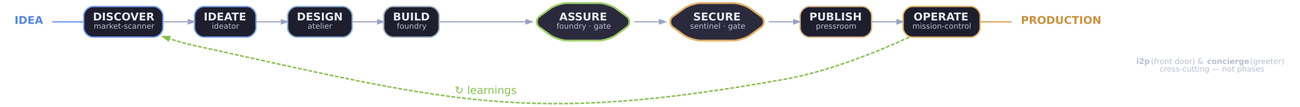
agentic-underground/idea-to-production keeps this Graphviz diagram as doc/images/diagrams/01-value-flow.png. Above is the earlier version. Its source is kept beside it as doc/images/diagrams/01-value-flow.dot. The source it was exported from:
```dot
digraph ValueFlow {
  bgcolor="transparent"
  rankdir=LR
  nodesep=0.30
  ranksep=0.55
  splines=true

  node [shape=box, style="filled,rounded", fillcolor="#1e1e2e",
        color="#9aa2c0", fontcolor="#e6e9f0", fontname="DejaVu Sans",
        penwidth=1.8, margin="0.16,0.11"]
  edge [color="#9aa2c0", fontcolor="#b8bed0", fontname="DejaVu Sans",
        penwidth=1.4, arrowsize=0.8]

  idea [label=<<b>IDEA</b>>, shape=plaintext, style="", fontcolor="#5a86e0",
        fontname="DejaVu Sans", penwidth=0]
  prod [label=<<b>PRODUCTION</b>>, shape=plaintext, style="", fontcolor="#c8923f",
        fontname="DejaVu Sans", penwidth=0]

  discover [label=<<b>DISCOVER</b><br/><font color="#b8bed0" point-size="10">market-scanner</font>>, color="#7aa2f7"]
  ideate   [label=<<b>IDEATE</b><br/><font color="#b8bed0" point-size="10">ideator</font>>,        color="#82a8f0"]
  design   [label=<<b>DESIGN</b><br/><font color="#b8bed0" point-size="10">atelier</font>>,         color="#8fb0d8"]
  build    [label=<<b>BUILD</b><br/><font color="#b8bed0" point-size="10">foundry</font>>,          color="#a6b3c0"]

  assure [label=<<b>ASSURE</b><br/><font color="#b8bed0" point-size="10">foundry &middot; gate</font>>,
          shape=hexagon, fillcolor="#2a2a3c", color="#9ece6a", penwidth=2.4, margin="0.08,0.04"]
  secure [label=<<b>SECURE</b><br/><font color="#b8bed0" point-size="10">sentinel &middot; gate</font>>,
          shape=hexagon, fillcolor="#2a2a3c", color="#e0af68", penwidth=2.4, margin="0.08,0.04"]

  publish  [label=<<b>PUBLISH</b><br/><font color="#b8bed0" point-size="10">pressroom</font>>,       color="#d8b58a"]
  operate  [label=<<b>OPERATE</b><br/><font color="#b8bed0" point-size="10">mission-control</font>>, color="#e0af68"]

  idea -> discover [color="#7aa2f7", arrowhead=none, penwidth=2.0, weight=100]
  discover -> ideate [weight=100]
  ideate   -> design  [weight=100]
  design   -> build   [weight=100]
  build    -> assure  [weight=100]
  assure   -> secure  [weight=100]
  secure   -> publish [weight=100]
  publish  -> operate [weight=100]
  operate  -> prod [color="#e0af68", arrowhead=none, penwidth=2.0, weight=100]

  operate -> discover [constraint=false, style=dashed, color="#8cc153",
                       fontcolor="#8cc153", penwidth=2.0,
                       label="&#8635; learnings", labelfloat=false]

  meta [shape=plaintext, style="", penwidth=0,
        fontcolor="#b8bed0", margin="0.16,0.11",
        label=<<font point-size="10"><b>i2p</b> (front door) &amp; <b>concierge</b> (greeter)<br/>cross-cutting &mdash; not phases</font>>]
  { rank=sink; meta }
  build -> meta [style=invis]
}
```
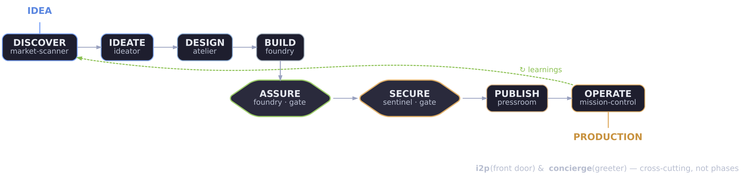
Above is the later version.

What changed in the source:
```diff
@@ -1,51 +1,56 @@
 digraph ValueFlow {
   bgcolor="transparent"
-  rankdir=LR
-  nodesep=0.30
-  ranksep=0.55
+  rankdir=TB
+  nodesep=0.36
+  ranksep=0.34
   splines=true
 
   node [shape=box, style="filled,rounded", fillcolor="#1e1e2e",
         color="#9aa2c0", fontcolor="#e6e9f0", fontname="DejaVu Sans",
-        penwidth=1.8, margin="0.16,0.11"]
+        fontsize=20, penwidth=1.9, margin="0.24,0.15"]
   edge [color="#9aa2c0", fontcolor="#b8bed0", fontname="DejaVu Sans",
-        penwidth=1.4, arrowsize=0.8]
+        fontsize=16, penwidth=1.7, arrowsize=0.9]
 
   idea [label=<<b>IDEA</b>>, shape=plaintext, style="", fontcolor="#5a86e0",
-        fontname="DejaVu Sans", penwidth=0]
+        fontname="DejaVu Sans", fontsize=20, penwidth=0]
   prod [label=<<b>PRODUCTION</b>>, shape=plaintext, style="", fontcolor="#c8923f",
-        fontname="DejaVu Sans", penwidth=0]
+        fontname="DejaVu Sans", fontsize=20, penwidth=0]
 
-  discover [label=<<b>DISCOVER</b><br/><font color="#b8bed0" point-size="10">market-scanner</font>>, color="#7aa2f7"]
-  ideate   [label=<<b>IDEATE</b><br/><font color="#b8bed0" point-size="10">ideator</font>>,        color="#82a8f0"]
-  design   [label=<<b>DESIGN</b><br/><font color="#b8bed0" point-size="10">atelier</font>>,         color="#8fb0d8"]
-  build    [label=<<b>BUILD</b><br/><font color="#b8bed0" point-size="10">foundry</font>>,          color="#a6b3c0"]
+  discover [label=<<b>DISCOVER</b><br/><font color="#b8bed0" point-size="16">market-scanner</font>>, color="#7aa2f7"]
+  ideate   [label=<<b>IDEATE</b><br/><font color="#b8bed0" point-size="16">ideator</font>>,        color="#82a8f0"]
+  design   [label=<<b>DESIGN</b><br/><font color="#b8bed0" point-size="16">atelier</font>>,         color="#8fb0d8"]
+  build    [label=<<b>BUILD</b><br/><font color="#b8bed0" point-size="16">foundry</font>>,          color="#a6b3c0"]
 
-  assure [label=<<b>ASSURE</b><br/><font color="#b8bed0" point-size="10">foundry &middot; gate</font>>,
-          shape=hexagon, fillcolor="#2a2a3c", color="#9ece6a", penwidth=2.4, margin="0.08,0.04"]
-  secure [label=<<b>SECURE</b><br/><font color="#b8bed0" point-size="10">sentinel &middot; gate</font>>,
-          shape=hexagon, fillcolor="#2a2a3c", color="#e0af68", penwidth=2.4, margin="0.08,0.04"]
+  assure [label=<<b>ASSURE</b><br/><font color="#b8bed0" point-size="16">foundry &middot; gate</font>>,
+          shape=hexagon, fillcolor="#2a2a3c", color="#9ece6a", penwidth=2.5, margin="0.16,0.08"]
+  secure [label=<<b>SECURE</b><br/><font color="#b8bed0" point-size="16">sentinel &middot; gate</font>>,
+          shape=hexagon, fillcolor="#2a2a3c", color="#e0af68", penwidth=2.5, margin="0.16,0.08"]
 
-  publish  [label=<<b>PUBLISH</b><br/><font color="#b8bed0" point-size="10">pressroom</font>>,       color="#d8b58a"]
-  operate  [label=<<b>OPERATE</b><br/><font color="#b8bed0" point-size="10">mission-control</font>>, color="#e0af68"]
+  publish  [label=<<b>PUBLISH</b><br/><font color="#b8bed0" point-size="16">pressroom</font>>,       color="#d8b58a"]
+  operate  [label=<<b>OPERATE</b><br/><font color="#b8bed0" point-size="16">mission-control</font>>, color="#e0af68"]
 
-  idea -> discover [color="#7aa2f7", arrowhead=none, penwidth=2.0, weight=100]
+  { rank=same; discover; ideate; design; build }
+  { rank=same; assure; secure; publish; operate }
+
+  idea -> discover [color="#7aa2f7", arrowhead=none, penwidth=2.3]
+  operate -> prod [color="#e0af68", arrowhead=none, penwidth=2.3]
+
   discover -> ideate [weight=100]
   ideate   -> design  [weight=100]
   design   -> build   [weight=100]
-  build    -> assure  [weight=100]
+
   assure   -> secure  [weight=100]
   secure   -> publish [weight=100]
   publish  -> operate [weight=100]
-  operate  -> prod [color="#e0af68", arrowhead=none, penwidth=2.0, weight=100]
+
+  build -> assure [weight=1, color="#9aa2c0", penwidth=2.1]
 
   operate -> discover [constraint=false, style=dashed, color="#8cc153",
-                       fontcolor="#8cc153", penwidth=2.0,
+                       fontcolor="#8cc153", penwidth=2.1, fontsize=16,
                        label="&#8635; learnings", labelfloat=false]
 
   meta [shape=plaintext, style="", penwidth=0,
-        fontcolor="#b8bed0", margin="0.16,0.11",
-        label=<<font point-size="10"><b>i2p</b> (front door) &amp; <b>concierge</b> (greeter)<br/>cross-cutting &mdash; not phases</font>>]
-  { rank=sink; meta }
-  build -> meta [style=invis]
+        fontcolor="#b8bed0", margin="0.24,0.15",
+        label=<<font point-size="17"><b>i2p</b> (front door) &amp; <b>concierge</b> (greeter) &mdash; cross-cutting, not phases</font>>]
+  prod -> meta [style=invis]
 }
```
